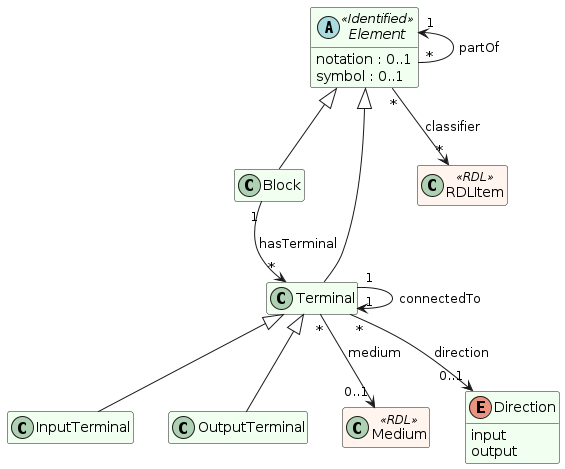
The PlantUML diagram out/img/imf-overview-instances.png in imf-lab/imf-ontology-semweb, before a commit. Its diagram source:
```plantuml
@startuml
hide empty members

skinparam class {
 BackgroundColor HoneyDew
 BackgroundColor<< RDL >> SeaShell
 BackgroundColor<< Type >> LightCyan
}



abstract class Element << Identified >> {
  notation : 0..1
  symbol : 0..1
}

class Block
class Terminal
class InputTerminal
class OutputTerminal

class RDLItem << RDL >>
class Medium << RDL >>

enum Direction {
 input
 output
}

Element "*" --> "*" RDLItem : classifier

Element <|-- Block
Element <|-- Terminal

Terminal <|-- InputTerminal
Terminal <|-- OutputTerminal

Block "1" --> "*" Terminal : hasTerminal
Terminal "*" --> "0..1" Medium : medium
Terminal "*" --> "0..1" Direction : direction

Element "1" <-- "*" Element : partOf
Terminal "1" --> "1" Terminal : connectedTo
@enduml
```
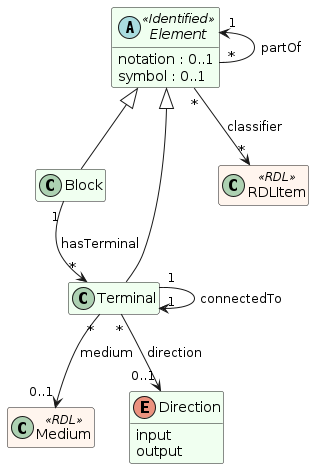
After the change.

The edit, as a diff of the source:
```diff
@@ -16,8 +16,6 @@
 
 class Block
 class Terminal
-class InputTerminal
-class OutputTerminal
 
 class RDLItem << RDL >>
 class Medium << RDL >>
@@ -32,9 +30,6 @@
 Element <|-- Block
 Element <|-- Terminal
 
-Terminal <|-- InputTerminal
-Terminal <|-- OutputTerminal
-
 Block "1" --> "*" Terminal : hasTerminal
 Terminal "*" --> "0..1" Medium : medium
 Terminal "*" --> "0..1" Direction : direction
```
